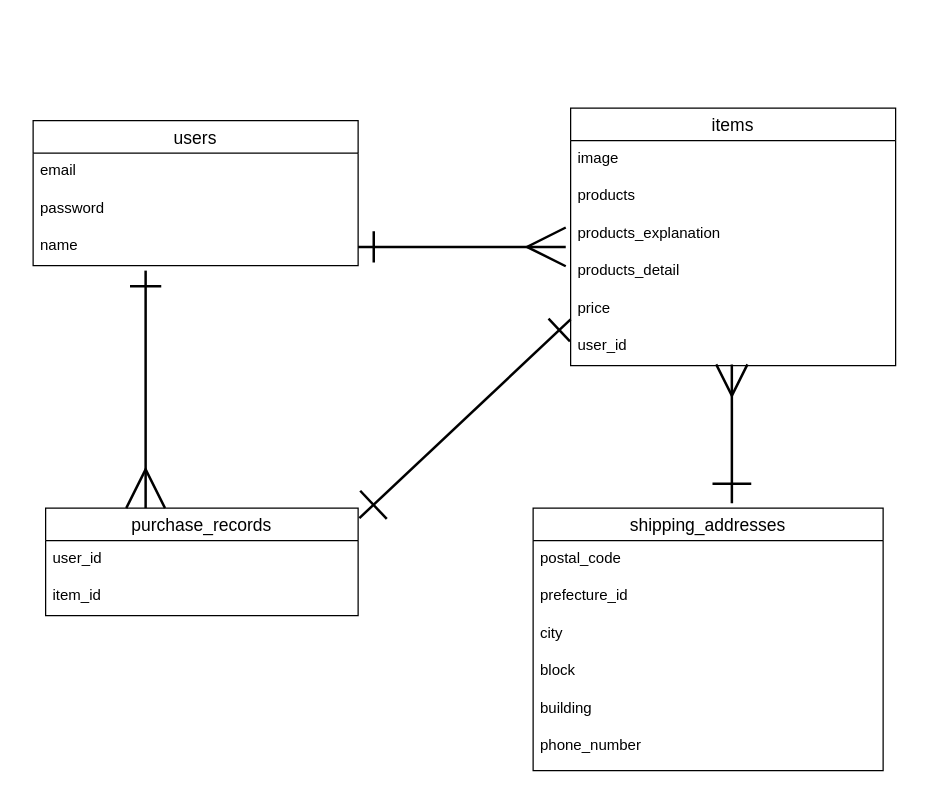
The draw.io diagram sample.dio in tatsuya-tsurumi/furima-37184, before the edit. Source tidied: cells renumbered, new cells numbered last; positions are measured from the earlier drawing's top-left corner, leaving out a move shared by most shapes. Both pictures are drawn from the tidied source at 125%, with x=0, y=0 at pixel (32, 108).
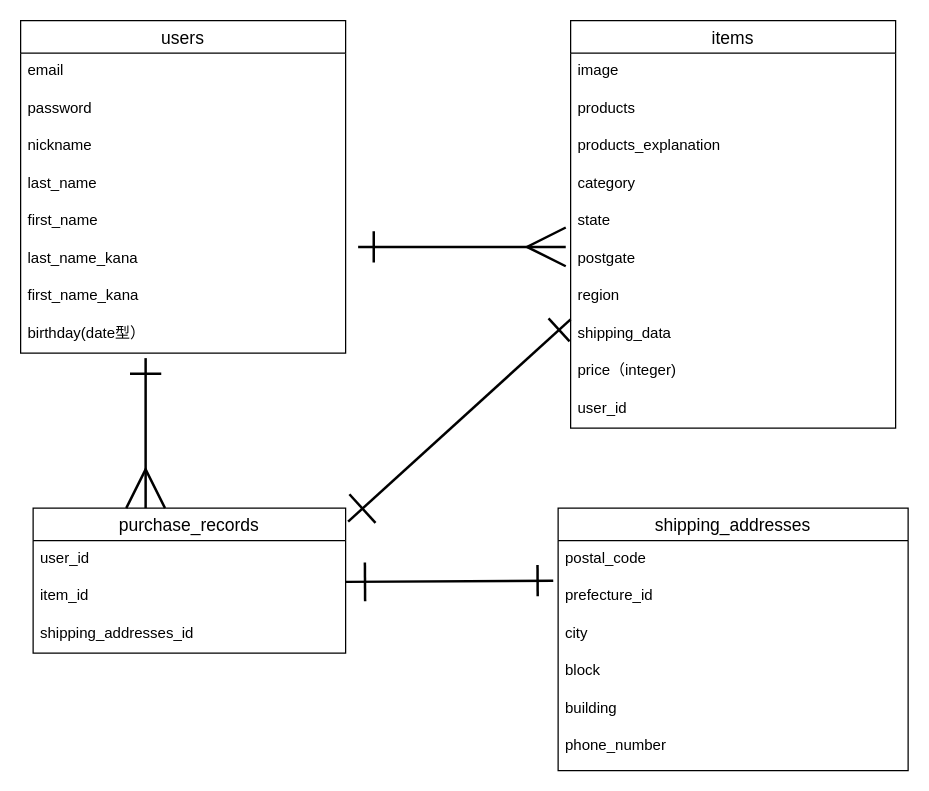
The same page after the edit.

Commit message (it also covers changes not shown here):
ER図、データベース設計修正

Unchanged cells that the change refers to:
```xml
<mxCell id="18" value="prefecture_id" style="text;strokeColor=none;fillColor=none;spacingLeft=4;spacingRight=4;overflow=hidden;points=[[0,0.5],[1,0.5]];portConstraint=eastwest;fontSize=12;" parent="16" vertex="1">
  <mxGeometry y="56" width="280" height="30" as="geometry" />
</mxCell>
```

Diff of the diagram source:
```diff
@@
     <mxCell id="2" value="users" style="swimlane;fontStyle=0;horizontal=1;startSize=26;align=center;fontSize=14;" parent="1" vertex="1">
-      <mxGeometry y="10" width="260" height="116" as="geometry" />
+      <mxGeometry x="-10" y="-70" width="260" height="266" as="geometry" />
     </mxCell>
@@
+    <mxCell id="27" value="nickname" style="text;strokeColor=none;fillColor=none;spacingLeft=4;spacingRight=4;overflow=hidden;fontSize=12;" parent="2" vertex="1">
+      <mxGeometry y="86" width="260" height="30" as="geometry" />
+    </mxCell>
+    <mxCell id="28" value="last_name" style="text;strokeColor=none;fillColor=none;spacingLeft=4;spacingRight=4;overflow=hidden;fontSize=12;" parent="2" vertex="1">
+      <mxGeometry y="116" width="260" height="30" as="geometry" />
+    </mxCell>
+    <mxCell id="29" value="first_name" style="text;strokeColor=none;fillColor=none;spacingLeft=4;spacingRight=4;overflow=hidden;fontSize=12;" parent="2" vertex="1">
+      <mxGeometry y="146" width="260" height="30" as="geometry" />
+    </mxCell>
+    <mxCell id="30" value="last_name_kana" style="text;strokeColor=none;fillColor=none;spacingLeft=4;spacingRight=4;overflow=hidden;fontSize=12;" parent="2" vertex="1">
+      <mxGeometry y="176" width="260" height="30" as="geometry" />
+    </mxCell>
+    <mxCell id="31" value="first_name_kana" style="text;strokeColor=none;fillColor=none;spacingLeft=4;spacingRight=4;overflow=hidden;fontSize=12;" parent="2" vertex="1">
+      <mxGeometry y="206" width="260" height="30" as="geometry" />
+    </mxCell>
-    <mxCell id="5" value="name" style="text;strokeColor=none;fillColor=none;spacingLeft=4;spacingRight=4;overflow=hidden;fontSize=12;" parent="2" vertex="1">
-      <mxGeometry y="86" width="260" height="30" as="geometry" />
+    <mxCell id="5" value="birthday(date型）" style="text;strokeColor=none;fillColor=none;spacingLeft=4;spacingRight=4;overflow=hidden;fontSize=12;" parent="2" vertex="1">
+      <mxGeometry y="236" width="260" height="30" as="geometry" />
     </mxCell>
     <mxCell id="6" value="items" style="swimlane;fontStyle=0;horizontal=1;startSize=26;align=center;fontSize=14;" parent="1" vertex="1">
-      <mxGeometry x="430" width="260" height="206" as="geometry" />
+      <mxGeometry x="430" y="-70" width="260" height="326" as="geometry" />
     </mxCell>
@@
-    <mxCell id="9" value="products_explanation" style="text;strokeColor=none;fillColor=none;spacingLeft=4;spacingRight=4;overflow=hidden;fontSize=12;" parent="6" vertex="1">
-      <mxGeometry y="86" width="260" height="30" as="geometry" />
-    </mxCell>
-    <mxCell id="10" value="products_detail" style="text;strokeColor=none;fillColor=none;spacingLeft=4;spacingRight=4;overflow=hidden;fontSize=12;" parent="6" vertex="1">
-      <mxGeometry y="116" width="260" height="30" as="geometry" />
+    <mxCell id="10" value="products_explanation" style="text;strokeColor=none;fillColor=none;spacingLeft=4;spacingRight=4;overflow=hidden;fontSize=12;" parent="6" vertex="1">
+      <mxGeometry y="86" width="260" height="30" as="geometry" />
     </mxCell>
+    <mxCell id="32" value="category" style="text;strokeColor=none;fillColor=none;spacingLeft=4;spacingRight=4;overflow=hidden;fontSize=12;" parent="6" vertex="1">
+      <mxGeometry y="116" width="260" height="30" as="geometry" />
+    </mxCell>
+    <mxCell id="33" value="state" style="text;strokeColor=none;fillColor=none;spacingLeft=4;spacingRight=4;overflow=hidden;fontSize=12;" parent="6" vertex="1">
+      <mxGeometry y="146" width="260" height="30" as="geometry" />
+    </mxCell>
+    <mxCell id="34" value="postgate" style="text;strokeColor=none;fillColor=none;spacingLeft=4;spacingRight=4;overflow=hidden;fontSize=12;" parent="6" vertex="1">
+      <mxGeometry y="176" width="260" height="30" as="geometry" />
+    </mxCell>
+    <mxCell id="35" value="region" style="text;strokeColor=none;fillColor=none;spacingLeft=4;spacingRight=4;overflow=hidden;fontSize=12;" parent="6" vertex="1">
+      <mxGeometry y="206" width="260" height="30" as="geometry" />
+    </mxCell>
-    <mxCell id="11" value="price" style="text;strokeColor=none;fillColor=none;spacingLeft=4;spacingRight=4;overflow=hidden;fontSize=12;" parent="6" vertex="1">
-      <mxGeometry y="146" width="260" height="30" as="geometry" />
+    <mxCell id="11" value="shipping_data" style="text;strokeColor=none;fillColor=none;spacingLeft=4;spacingRight=4;overflow=hidden;fontSize=12;" parent="6" vertex="1">
+      <mxGeometry y="236" width="260" height="30" as="geometry" />
     </mxCell>
+    <mxCell id="36" value="price（integer)" style="text;strokeColor=none;fillColor=none;spacingLeft=4;spacingRight=4;overflow=hidden;fontSize=12;" parent="6" vertex="1">
+      <mxGeometry y="266" width="260" height="30" as="geometry" />
+    </mxCell>
     <mxCell id="12" value="user_id" style="text;strokeColor=none;fillColor=none;spacingLeft=4;spacingRight=4;overflow=hidden;points=[[0,0.5],[1,0.5]];portConstraint=eastwest;fontSize=12;" parent="6" vertex="1">
-      <mxGeometry y="176" width="260" height="30" as="geometry" />
+      <mxGeometry y="296" width="260" height="30" as="geometry" />
     </mxCell>
     <mxCell id="13" value="purchase_records" style="swimlane;fontStyle=0;horizontal=1;startSize=26;align=center;fontSize=14;" parent="1" vertex="1">
-      <mxGeometry x="10" y="320" width="250" height="86" as="geometry" />
+      <mxGeometry y="320" width="250" height="116" as="geometry" />
     </mxCell>
@@
+    <mxCell id="37" value="item_id" style="text;strokeColor=none;fillColor=none;spacingLeft=4;spacingRight=4;overflow=hidden;fontSize=12;" parent="13" vertex="1">
+      <mxGeometry y="56" width="250" height="30" as="geometry" />
+    </mxCell>
-    <mxCell id="15" value="item_id" style="text;strokeColor=none;fillColor=none;spacingLeft=4;spacingRight=4;overflow=hidden;fontSize=12;" parent="13" vertex="1">
-      <mxGeometry y="56" width="250" height="30" as="geometry" />
+    <mxCell id="15" value="shipping_addresses_id" style="text;strokeColor=none;fillColor=none;spacingLeft=4;spacingRight=4;overflow=hidden;fontSize=12;" parent="13" vertex="1">
+      <mxGeometry y="86" width="250" height="30" as="geometry" />
     </mxCell>
     <mxCell id="16" value="shipping_addresses" style="swimlane;fontStyle=0;horizontal=1;startSize=26;align=center;fontSize=14;" parent="1" vertex="1">
-      <mxGeometry x="400" y="320" width="280" height="210" as="geometry" />
+      <mxGeometry x="420" y="320" width="280" height="210" as="geometry" />
     </mxCell>
@@
-    <mxCell id="24" style="edgeStyle=none;rounded=1;html=1;exitX=0.496;exitY=0.967;exitDx=0;exitDy=0;endArrow=ERone;endFill=0;strokeWidth=2;endSize=28;startArrow=ERmany;startFill=0;sourcePerimeterSpacing=28;targetPerimeterSpacing=24;startSize=22;exitPerimeter=0;" parent="1" edge="1" source="12">
-      <mxGeometry relative="1" as="geometry">
-        <mxPoint x="559" y="316" as="targetPoint" />
-        <Array as="points">
-          <mxPoint x="559" y="230" />
-        </Array>
-      </mxGeometry>
-    </mxCell>
     <mxCell id="25" style="edgeStyle=none;rounded=1;html=1;endArrow=ERmany;endFill=0;strokeWidth=2;endSize=28;startArrow=ERone;startFill=0;sourcePerimeterSpacing=28;targetPerimeterSpacing=24;startSize=22;" parent="1" edge="1">
       <mxGeometry relative="1" as="geometry">
-        <mxPoint x="90" y="130" as="sourcePoint" />
+        <mxPoint x="90" y="200" as="sourcePoint" />
         <mxPoint x="90" y="320" as="targetPoint" />
       </mxGeometry>
     </mxCell>
-    <mxCell id="26" style="edgeStyle=none;rounded=1;html=1;exitX=0;exitY=0.767;exitDx=0;exitDy=0;entryX=1.004;entryY=0.069;entryDx=0;entryDy=0;entryPerimeter=0;endArrow=ERone;endFill=0;strokeWidth=2;endSize=28;startArrow=ERone;startFill=0;sourcePerimeterSpacing=28;targetPerimeterSpacing=24;startSize=22;exitPerimeter=0;" parent="1" edge="1">
+    <mxCell id="26" style="edgeStyle=none;rounded=1;html=1;exitX=0;exitY=0.767;exitDx=0;exitDy=0;entryX=1.008;entryY=0.093;entryDx=0;entryDy=0;entryPerimeter=0;endArrow=ERone;endFill=0;strokeWidth=2;endSize=28;startArrow=ERone;startFill=0;sourcePerimeterSpacing=28;targetPerimeterSpacing=24;startSize=22;exitPerimeter=0;" parent="1" edge="1" target="13">
       <mxGeometry relative="1" as="geometry">
         <mxPoint x="430" y="169" as="sourcePoint" />
-        <mxPoint x="261" y="328" as="targetPoint" />
       </mxGeometry>
     </mxCell>
+    <mxCell id="38" style="edgeStyle=none;rounded=1;html=1;exitX=-0.014;exitY=0.067;exitDx=0;exitDy=0;entryX=1.008;entryY=0.093;entryDx=0;entryDy=0;entryPerimeter=0;endArrow=ERone;endFill=0;strokeWidth=2;endSize=28;startArrow=ERone;startFill=0;sourcePerimeterSpacing=28;targetPerimeterSpacing=24;startSize=22;exitPerimeter=0;" parent="1" edge="1" source="18">
+      <mxGeometry relative="1" as="geometry">
+        <mxPoint x="250" y="379" as="targetPoint" />
+      </mxGeometry>
+    </mxCell>
```
